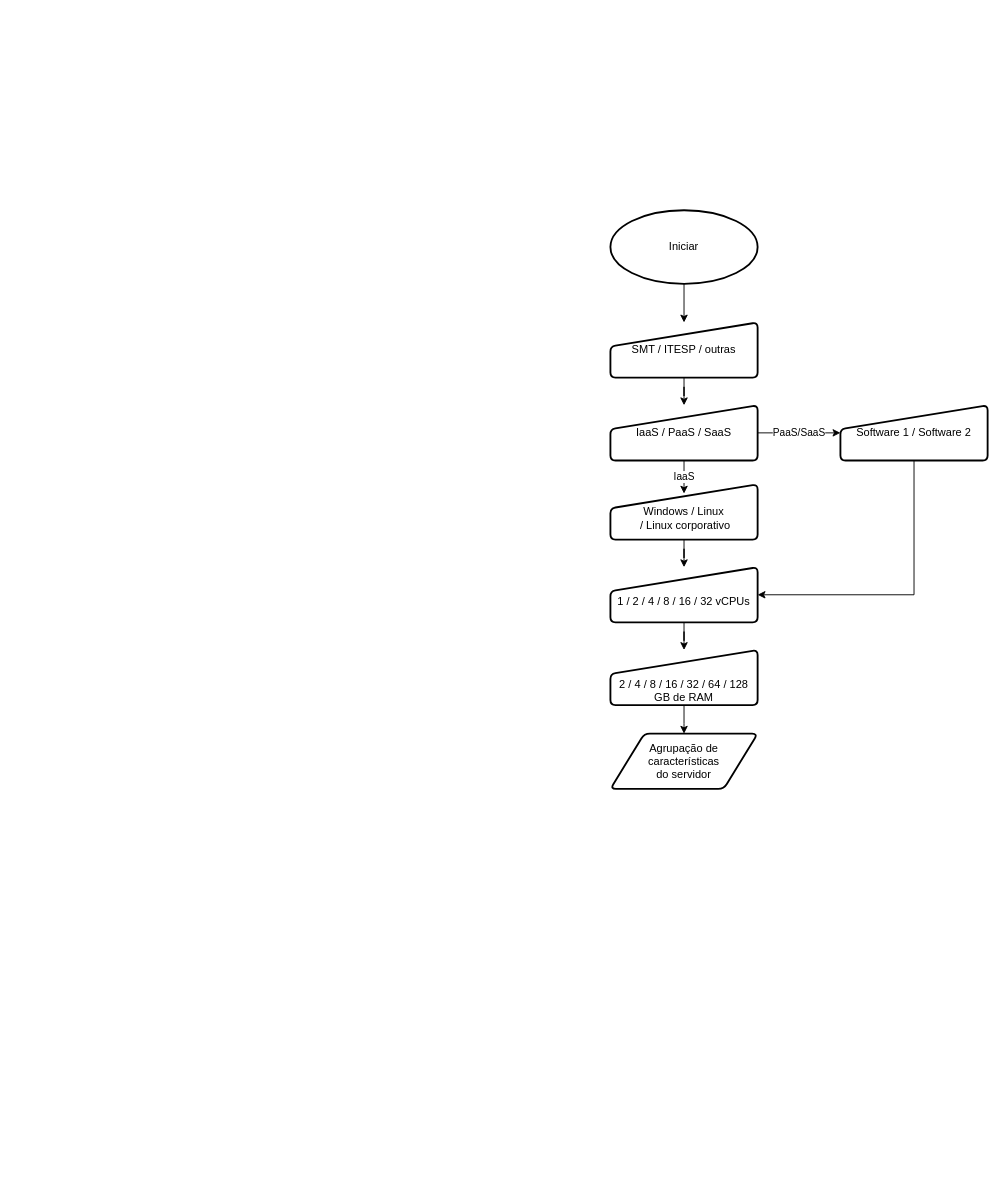
Above: Untitled Diagram.drawio in PedroManse/SMTCAT (draw.io), before the change. Source tidied: cells renumbered, new cells numbered last; positions are measured from the earlier drawing's top-left corner, leaving out a move shared by most shapes. Both pictures are drawn from the tidied source at 92%, with x=0, y=0 at pixel (610, 210).
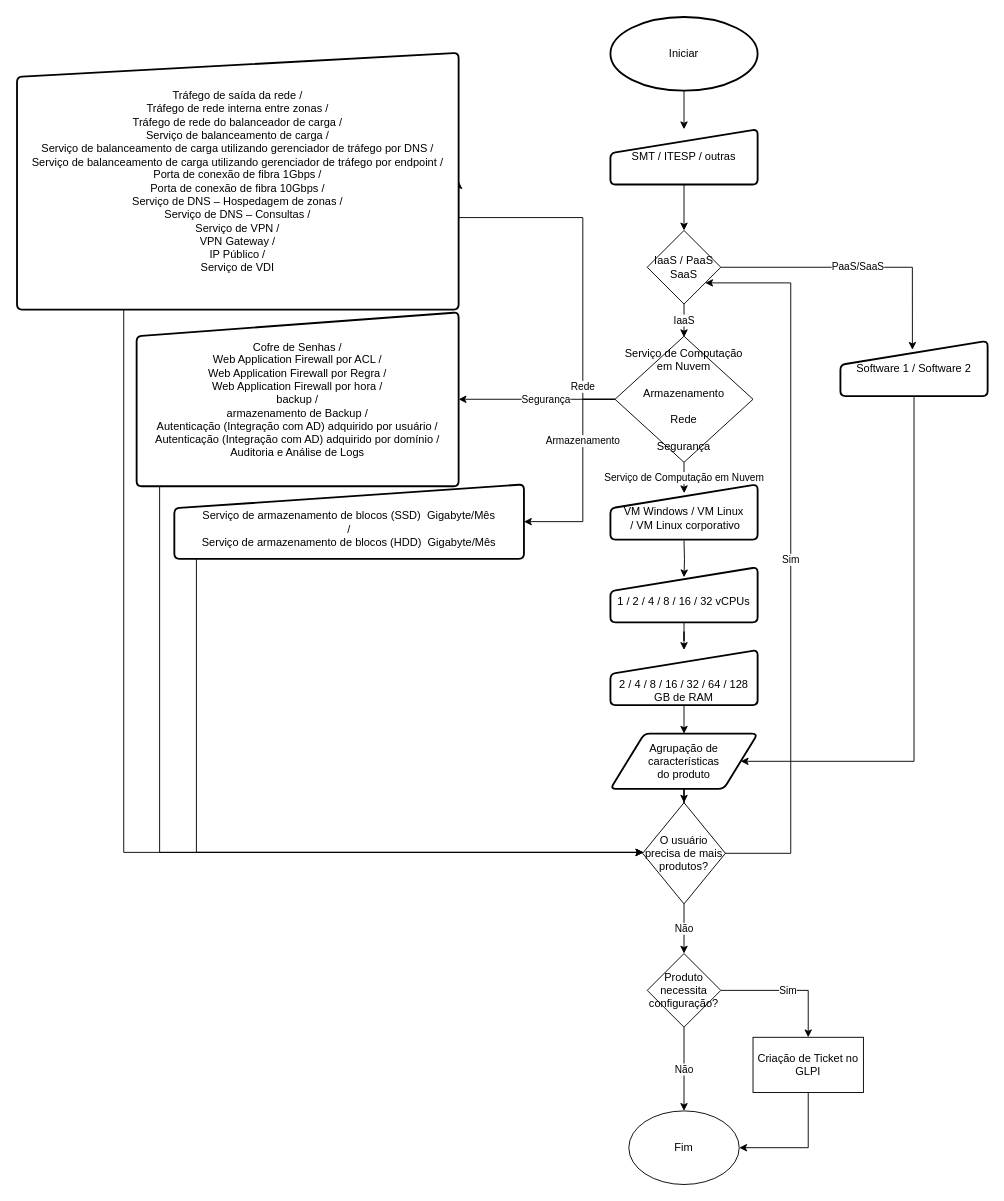
The same page after the edit.

Unchanged cells that the change refers to:
```xml
<mxCell id="12" value="&lt;div&gt;&lt;br&gt;&lt;/div&gt;&lt;div&gt;1 / 2 / 4 / 8 / 16 / 32 vCPUs&lt;/div&gt;" style="html=1;strokeWidth=2;shape=manualInput;whiteSpace=wrap;rounded=1;size=26;arcSize=11;" parent="1" vertex="1">
  <mxGeometry y="388" width="160" height="60" as="geometry" />
</mxCell>
```

Change to the diagram source:
```diff
@@
-<mxGraphModel>
+<mxGraphModel background="#FFFFFF">
@@
-    <mxCell id="2" style="edgeStyle=orthogonalEdgeStyle;rounded=0;jettySize=auto;html=1;" parent="1" edge="1" source="3" target="8">
-      <mxGeometry relative="1" as="geometry" />
-    </mxCell>
+    <mxCell id="18" style="edgeStyle=orthogonalEdgeStyle;rounded=0;jettySize=auto;html=1;" parent="1" edge="1" source="3" target="21">
+      <mxGeometry relative="1" as="geometry" />
+    </mxCell>
     <mxCell id="3" value="SMT / ITESP / outras" style="html=1;strokeWidth=2;shape=manualInput;whiteSpace=wrap;rounded=1;size=26;arcSize=11;" parent="1" vertex="1">
-      <mxGeometry y="122" width="160" height="60" as="geometry" />
+      <mxGeometry y="-88" width="160" height="60" as="geometry" />
     </mxCell>
@@
     <mxCell id="5" value="Iniciar" style="strokeWidth=2;html=1;shape=mxgraph.flowchart.start_1;whiteSpace=wrap;" parent="1" vertex="1">
-      <mxGeometry width="160" height="80" as="geometry" />
+      <mxGeometry y="-210" width="160" height="80" as="geometry" />
     </mxCell>
-    <mxCell id="6" value="IaaS " style="edgeStyle=orthogonalEdgeStyle;rounded=0;jettySize=auto;html=1;" parent="1" edge="1" source="8">
+    <mxCell id="6" value="IaaS " style="edgeStyle=orthogonalEdgeStyle;rounded=0;orthogonalLoop=1;jettySize=auto;html=1;" parent="1" edge="1">
       <mxGeometry relative="1" as="geometry">
-        <mxPoint x="80" y="308" as="targetPoint" />
+        <mxPoint x="80" y="102" as="sourcePoint" />
+        <mxPoint x="80" y="138" as="targetPoint" />
       </mxGeometry>
     </mxCell>
-    <mxCell id="7" value="&lt;div&gt;PaaS/SaaS&lt;/div&gt;" style="edgeStyle=orthogonalEdgeStyle;rounded=0;jettySize=auto;html=1;" parent="1" edge="1" source="8" target="16">
+    <mxCell id="7" value="&lt;div&gt;PaaS/SaaS&lt;/div&gt;" style="edgeStyle=orthogonalEdgeStyle;rounded=0;jettySize=auto;html=1;exitX=1;exitY=0.5;exitDx=0;exitDy=0;entryX=0.489;entryY=0.162;entryDx=0;entryDy=0;entryPerimeter=0;" parent="1" edge="1" source="21" target="16">
       <mxGeometry relative="1" as="geometry" />
     </mxCell>
-    <mxCell id="8" value="IaaS / PaaS / SaaS" style="html=1;strokeWidth=2;shape=manualInput;whiteSpace=wrap;rounded=1;size=26;arcSize=11;" parent="1" vertex="1">
-      <mxGeometry y="212" width="160" height="60" as="geometry" />
-    </mxCell>
-    <mxCell id="9" style="edgeStyle=orthogonalEdgeStyle;rounded=0;jettySize=auto;html=1;" parent="1" edge="1" source="10" target="12">
-      <mxGeometry relative="1" as="geometry" />
+    <mxCell id="9" style="edgeStyle=orthogonalEdgeStyle;rounded=0;jettySize=auto;html=1;entryX=0.5;entryY=0.183;entryDx=0;entryDy=0;entryPerimeter=0;" parent="1" edge="1" target="12">
+      <mxGeometry relative="1" as="geometry">
+        <mxPoint x="80" y="359" as="sourcePoint" />
+      </mxGeometry>
     </mxCell>
-    <mxCell id="10" value="&lt;div&gt;&lt;br&gt;&lt;/div&gt;&lt;div&gt;Windows / Linux&lt;/div&gt;&amp;nbsp;/ Linux corporativo" style="html=1;strokeWidth=2;shape=manualInput;whiteSpace=wrap;rounded=1;size=26;arcSize=11;" parent="1" vertex="1">
+    <mxCell id="10" value="&lt;div&gt;&lt;br&gt;&lt;/div&gt;&lt;div&gt;VM Windows / VM Linux&lt;/div&gt;&amp;nbsp;/ VM Linux corporativo" style="html=1;strokeWidth=2;shape=manualInput;whiteSpace=wrap;rounded=1;size=26;arcSize=11;" parent="1" vertex="1">
       <mxGeometry y="298" width="160" height="60" as="geometry" />
     </mxCell>
@@
+    <mxCell id="19" style="edgeStyle=orthogonalEdgeStyle;rounded=0;jettySize=auto;html=1;entryX=0.5;entryY=0;entryDx=0;entryDy=0;" parent="1" edge="1" source="15" target="41">
+      <mxGeometry relative="1" as="geometry" />
+    </mxCell>
-    <mxCell id="15" value="&lt;div&gt;Agrupação de&lt;/div&gt;&lt;div&gt;características&lt;/div&gt;&lt;div&gt;do servidor&lt;/div&gt;" style="shape=parallelogram;html=1;strokeWidth=2;perimeter=parallelogramPerimeter;whiteSpace=wrap;rounded=1;arcSize=12;size=0.23;" parent="1" vertex="1">
+    <mxCell id="15" value="&lt;div&gt;Agrupação de&lt;/div&gt;&lt;div&gt;características&lt;/div&gt;&lt;div&gt;do produto&lt;br&gt;&lt;/div&gt;" style="shape=parallelogram;html=1;strokeWidth=2;perimeter=parallelogramPerimeter;whiteSpace=wrap;rounded=1;arcSize=12;size=0.23;" parent="1" vertex="1">
       <mxGeometry y="569" width="160" height="60" as="geometry" />
     </mxCell>
+    <mxCell id="20" style="edgeStyle=orthogonalEdgeStyle;rounded=0;jettySize=auto;html=1;entryX=1;entryY=0.5;entryDx=0;entryDy=0;exitX=0.5;exitY=1;exitDx=0;exitDy=0;" parent="1" edge="1" source="16" target="15">
+      <mxGeometry relative="1" as="geometry">
+        <Array as="points">
+          <mxPoint x="330" y="599" />
+        </Array>
+      </mxGeometry>
+    </mxCell>
     <mxCell id="16" value="Software 1 / Software 2" style="html=1;strokeWidth=2;shape=manualInput;whiteSpace=wrap;rounded=1;size=26;arcSize=11;" parent="1" vertex="1">
-      <mxGeometry x="250" y="212" width="160" height="60" as="geometry" />
+      <mxGeometry x="250" y="142" width="160" height="60" as="geometry" />
     </mxCell>
-    <mxCell id="17" style="edgeStyle=orthogonalEdgeStyle;rounded=0;jettySize=auto;html=1;" parent="1" edge="1" source="16" target="12">
-      <mxGeometry relative="1" as="geometry">
-        <Array as="points">
-          <mxPoint x="330" y="418" />
-        </Array>
-      </mxGeometry>
-    </mxCell>
+    <mxCell id="21" value="IaaS / PaaS SaaS" style="rhombus;whiteSpace=wrap;html=1;" parent="1" vertex="1">
+      <mxGeometry x="40" y="22" width="80" height="80" as="geometry" />
+    </mxCell>
+    <mxCell id="22" value="Serviço de Computação em Nuvem" style="edgeStyle=orthogonalEdgeStyle;rounded=0;jettySize=auto;html=1;entryX=0.501;entryY=0.159;entryDx=0;entryDy=0;entryPerimeter=0;" parent="1" edge="1" source="26" target="10">
+      <mxGeometry relative="1" as="geometry" />
+    </mxCell>
+    <mxCell id="23" value="&lt;div&gt;Armazenamento&lt;/div&gt;" style="edgeStyle=orthogonalEdgeStyle;rounded=0;jettySize=auto;html=1;exitX=0;exitY=0.5;exitDx=0;exitDy=0;entryX=1;entryY=0.5;entryDx=0;entryDy=0;" parent="1" edge="1" source="26" target="28">
+      <mxGeometry x="-0.31" relative="1" as="geometry">
+        <Array as="points">
+          <mxPoint x="-30" y="206" />
+          <mxPoint x="-30" y="339" />
+        </Array>
+      </mxGeometry>
+    </mxCell>
+    <mxCell id="24" value="Rede" style="edgeStyle=orthogonalEdgeStyle;rounded=0;jettySize=auto;html=1;entryX=1;entryY=0.5;entryDx=0;entryDy=0;" parent="1" edge="1" source="26" target="36">
+      <mxGeometry x="-0.76" relative="1" as="geometry">
+        <Array as="points">
+          <mxPoint x="-30" y="206" />
+          <mxPoint x="-30" y="8" />
+        </Array>
+      </mxGeometry>
+    </mxCell>
+    <mxCell id="25" value="Segurança" style="edgeStyle=orthogonalEdgeStyle;rounded=0;jettySize=auto;html=1;" parent="1" edge="1" source="26" target="38">
+      <mxGeometry x="-0.12" relative="1" as="geometry" />
+    </mxCell>
+    <mxCell id="26" value="&lt;div&gt;Serviço de Computação em Nuvem&lt;/div&gt;&lt;div&gt;&lt;br&gt;&lt;/div&gt;&lt;div&gt;Armazenamento&lt;/div&gt;&lt;div&gt;&lt;br&gt;&lt;/div&gt;&lt;div&gt;Rede&lt;/div&gt;&lt;br&gt;Segurança" style="rhombus;whiteSpace=wrap;html=1;" parent="1" vertex="1">
+      <mxGeometry x="5" y="137" width="150" height="137" as="geometry" />
+    </mxCell>
+    <mxCell id="27" style="edgeStyle=orthogonalEdgeStyle;rounded=0;jettySize=auto;html=1;" parent="1" edge="1" target="41">
+      <mxGeometry relative="1" as="geometry">
+        <mxPoint x="-280" y="378" as="sourcePoint" />
+        <Array as="points">
+          <mxPoint x="-450" y="378" />
+          <mxPoint x="-450" y="698" />
+        </Array>
+      </mxGeometry>
+    </mxCell>
+    <mxCell id="28" value="&lt;div&gt;&lt;br&gt;&lt;/div&gt;&lt;div&gt;Serviço de armazenamento de blocos (SSD)&amp;nbsp; Gigabyte/Mês&lt;/div&gt;&lt;div&gt;/&lt;/div&gt;Serviço de armazenamento de blocos (HDD)&amp;nbsp; Gigabyte/Mês" style="html=1;strokeWidth=2;shape=manualInput;whiteSpace=wrap;rounded=1;size=26;arcSize=11;" parent="1" vertex="1">
+      <mxGeometry x="-474" y="298" width="380" height="81" as="geometry" />
+    </mxCell>
+    <mxCell id="29" value="&lt;div&gt;Sim&lt;/div&gt;" style="edgeStyle=orthogonalEdgeStyle;rounded=0;jettySize=auto;html=1;" parent="1" edge="1" source="31" target="33">
+      <mxGeometry relative="1" as="geometry" />
+    </mxCell>
+    <mxCell id="30" value="Não" style="edgeStyle=orthogonalEdgeStyle;rounded=0;jettySize=auto;html=1;" parent="1" edge="1" source="31" target="34">
+      <mxGeometry relative="1" as="geometry" />
+    </mxCell>
+    <mxCell id="31" value="Produto necessita configuração?" style="rhombus;whiteSpace=wrap;html=1;" parent="1" vertex="1">
+      <mxGeometry x="40" y="808" width="80" height="80" as="geometry" />
+    </mxCell>
+    <mxCell id="32" style="edgeStyle=orthogonalEdgeStyle;rounded=0;jettySize=auto;html=1;entryX=1;entryY=0.5;entryDx=0;entryDy=0;exitX=0.5;exitY=1;exitDx=0;exitDy=0;" parent="1" edge="1" source="33" target="34">
+      <mxGeometry relative="1" as="geometry">
+        <Array as="points">
+          <mxPoint x="215" y="1019" />
+        </Array>
+      </mxGeometry>
+    </mxCell>
+    <mxCell id="33" value="Criação de Ticket no GLPI" style="rounded=0;whiteSpace=wrap;html=1;" parent="1" vertex="1">
+      <mxGeometry x="155" y="899" width="120" height="60" as="geometry" />
+    </mxCell>
+    <mxCell id="34" value="&lt;div&gt;Fim&lt;/div&gt;" style="ellipse;whiteSpace=wrap;html=1;" parent="1" vertex="1">
+      <mxGeometry x="20" y="979" width="120" height="80" as="geometry" />
+    </mxCell>
+    <mxCell id="35" style="edgeStyle=orthogonalEdgeStyle;rounded=0;jettySize=auto;html=1;exitX=0.227;exitY=0.998;exitDx=0;exitDy=0;exitPerimeter=0;" parent="1" edge="1" target="41">
+      <mxGeometry relative="1" as="geometry">
+        <mxPoint x="-529" y="106.4" as="sourcePoint" />
+        <Array as="points">
+          <mxPoint x="-529" y="698" />
+        </Array>
+      </mxGeometry>
+    </mxCell>
+    <mxCell id="36" value="Tráfego de saída da rede /&lt;br&gt;Tráfego de rede interna entre zonas /&lt;br&gt;Tráfego de rede do balanceador de carga /&lt;br&gt;Serviço de balanceamento de carga /&lt;br&gt;Serviço de balanceamento de carga utilizando gerenciador de tráfego por DNS /&lt;br&gt;Serviço de balanceamento de carga utilizando gerenciador de tráfego por endpoint /&lt;br&gt;Porta de conexão de fibra 1Gbps /&lt;br&gt;Porta de conexão de fibra 10Gbps /&lt;br&gt;Serviço de DNS – Hospedagem de zonas /&lt;br&gt;Serviço de DNS – Consultas /&lt;br&gt;Serviço de VPN /&lt;br&gt;VPN Gateway /&lt;br&gt;IP Público /&lt;br&gt;Serviço de VDI" style="html=1;strokeWidth=2;shape=manualInput;whiteSpace=wrap;rounded=1;size=26;arcSize=11;" parent="1" vertex="1">
+      <mxGeometry x="-645" y="-171" width="480" height="279" as="geometry" />
+    </mxCell>
+    <mxCell id="37" style="edgeStyle=orthogonalEdgeStyle;rounded=0;jettySize=auto;html=1;exitX=0.5;exitY=1;exitDx=0;exitDy=0;" parent="1" edge="1" target="41">
+      <mxGeometry relative="1" as="geometry">
+        <mxPoint x="-330" y="300" as="sourcePoint" />
+        <Array as="points">
+          <mxPoint x="-490" y="300" />
+          <mxPoint x="-490" y="698" />
+        </Array>
+      </mxGeometry>
+    </mxCell>
+    <mxCell id="38" value="Cofre de Senhas /&lt;br&gt;Web Application Firewall por ACL /&lt;br&gt;Web Application Firewall por Regra /&lt;br&gt;Web Application Firewall por hora /&lt;br&gt;backup /&lt;br&gt;armazenamento de Backup /&lt;br&gt;Autenticação (Integração com AD) adquirido por usuário /&lt;br&gt;Autenticação (Integração com AD) adquirido por domínio /&lt;br&gt;Auditoria e Análise de Logs" style="html=1;strokeWidth=2;shape=manualInput;whiteSpace=wrap;rounded=1;size=26;arcSize=11;" parent="1" vertex="1">
+      <mxGeometry x="-515" y="111" width="350" height="189" as="geometry" />
+    </mxCell>
+    <mxCell id="39" value="Não" style="edgeStyle=orthogonalEdgeStyle;rounded=0;jettySize=auto;html=1;" parent="1" edge="1" source="41" target="31">
+      <mxGeometry relative="1" as="geometry" />
+    </mxCell>
+    <mxCell id="40" value="&lt;div&gt;Sim&lt;/div&gt;" style="edgeStyle=orthogonalEdgeStyle;rounded=0;jettySize=auto;html=1;" parent="1" edge="1" target="21">
+      <mxGeometry relative="1" as="geometry">
+        <mxPoint x="120" y="699" as="sourcePoint" />
+        <Array as="points">
+          <mxPoint x="196" y="699" />
+          <mxPoint x="196" y="79" />
+        </Array>
+      </mxGeometry>
+    </mxCell>
+    <mxCell id="41" value="O usuário precisa de mais produtos?" style="rhombus;whiteSpace=wrap;html=1;" parent="1" vertex="1">
+      <mxGeometry x="35" y="644" width="90" height="110" as="geometry" />
+    </mxCell>
```
